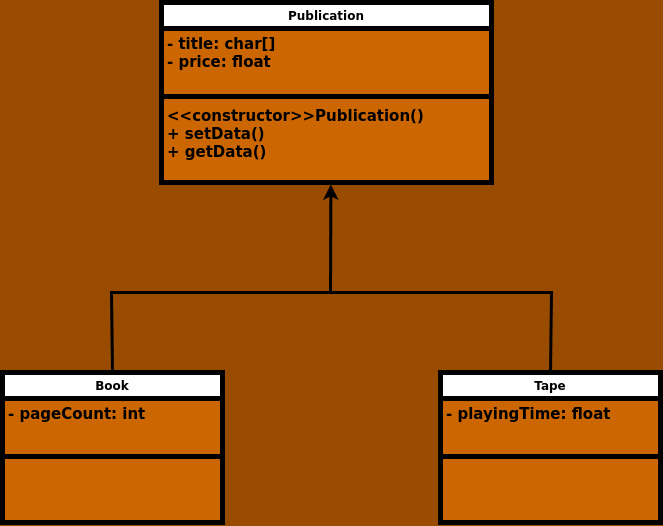
This is Book/Exercises/Chapter11/Ex01/class-diagram.png from Alsayed-Aldkhakhni/CPP, a draw.io export, as it was before one commit. Source tidied: cells renumbered, new cells last; positions are measured from the earlier drawing's top-left corner, leaving out a move shared by most shapes. The source it was exported from:
```xml
<mxGraphModel background="#994C00">
  <root>
    <mxCell id="0" />
    <mxCell id="1" parent="0" />
    <mxCell id="2" value="Publication" style="swimlane;fontStyle=1;align=center;verticalAlign=top;horizontal=1;startSize=26;whiteSpace=wrap;html=1;strokeWidth=5;swimlaneFillColor=#CC6600;" parent="1" vertex="1">
      <mxGeometry x="159" width="330" height="180" as="geometry" />
    </mxCell>
    <mxCell id="3" value="&lt;span style=&quot;font-size: 15px;&quot;&gt;&lt;b&gt;- title: char[]&lt;/b&gt;&lt;/span&gt;&lt;div&gt;&lt;span style=&quot;font-size: 15px;&quot;&gt;&lt;b&gt;- price: float&lt;/b&gt;&lt;/span&gt;&lt;/div&gt;" style="text;strokeColor=none;fillColor=none;align=left;verticalAlign=top;spacingLeft=4;spacingRight=4;overflow=hidden;whiteSpace=wrap;html=1;" parent="2" vertex="1">
      <mxGeometry y="26" width="330" height="64" as="geometry" />
    </mxCell>
    <mxCell id="4" style="line;strokeWidth=5;fillColor=none;align=left;verticalAlign=middle;spacingTop=-1;spacingLeft=3;spacingRight=3;labelPosition=right;strokeColor=inherit;" parent="2" vertex="1">
      <mxGeometry y="90" width="330" height="8" as="geometry" />
    </mxCell>
    <mxCell id="5" value="&lt;div style=&quot;font-size: 15px;&quot;&gt;&lt;div&gt;&lt;b&gt;&amp;lt;&amp;lt;constructor&amp;gt;&amp;gt;Publication()&lt;/b&gt;&lt;/div&gt;&lt;div&gt;&lt;b&gt;+ setData()&lt;/b&gt;&lt;/div&gt;&lt;div&gt;&lt;b&gt;+ getData()&lt;/b&gt;&lt;/div&gt;&lt;/div&gt;" style="text;strokeColor=none;fillColor=none;align=left;verticalAlign=top;spacingLeft=4;spacingRight=4;overflow=hidden;whiteSpace=wrap;html=1;" parent="2" vertex="1">
      <mxGeometry y="98" width="330" height="82" as="geometry" />
    </mxCell>
    <mxCell id="6" value="Book" style="swimlane;fontStyle=1;align=center;verticalAlign=top;horizontal=1;startSize=26;whiteSpace=wrap;html=1;strokeWidth=5;swimlaneFillColor=#CC6600;" parent="1" vertex="1">
      <mxGeometry y="370" width="220" height="150" as="geometry" />
    </mxCell>
    <mxCell id="7" value="&lt;span style=&quot;font-size: 15px;&quot;&gt;&lt;b&gt;- pageCount: int&lt;/b&gt;&lt;/span&gt;" style="text;strokeColor=none;fillColor=none;align=left;verticalAlign=top;spacingLeft=4;spacingRight=4;overflow=hidden;whiteSpace=wrap;html=1;" parent="6" vertex="1">
      <mxGeometry y="26" width="220" height="54" as="geometry" />
    </mxCell>
    <mxCell id="8" style="line;strokeWidth=5;fillColor=none;align=left;verticalAlign=middle;spacingTop=-1;spacingLeft=3;spacingRight=3;labelPosition=right;strokeColor=inherit;" parent="6" vertex="1">
      <mxGeometry y="80" width="220" height="8" as="geometry" />
    </mxCell>
    <mxCell id="9" value="&lt;div style=&quot;font-size: 15px;&quot;&gt;&lt;div&gt;&lt;b&gt;&amp;nbsp;&lt;/b&gt;&lt;/div&gt;&lt;/div&gt;" style="text;strokeColor=none;fillColor=none;align=left;verticalAlign=top;spacingLeft=4;spacingRight=4;overflow=hidden;whiteSpace=wrap;html=1;" parent="6" vertex="1">
      <mxGeometry y="88" width="220" height="62" as="geometry" />
    </mxCell>
    <mxCell id="10" value="Tape" style="swimlane;fontStyle=1;align=center;verticalAlign=top;horizontal=1;startSize=26;whiteSpace=wrap;html=1;strokeWidth=5;swimlaneFillColor=#CC6600;" parent="1" vertex="1">
      <mxGeometry x="438" y="370" width="220" height="150" as="geometry" />
    </mxCell>
    <mxCell id="11" value="&lt;span style=&quot;font-size: 15px;&quot;&gt;&lt;b&gt;- playingTime: float&lt;/b&gt;&lt;/span&gt;" style="text;strokeColor=none;fillColor=none;align=left;verticalAlign=top;spacingLeft=4;spacingRight=4;overflow=hidden;whiteSpace=wrap;html=1;" parent="10" vertex="1">
      <mxGeometry y="26" width="220" height="54" as="geometry" />
    </mxCell>
    <mxCell id="12" style="line;strokeWidth=5;fillColor=none;align=left;verticalAlign=middle;spacingTop=-1;spacingLeft=3;spacingRight=3;labelPosition=right;strokeColor=inherit;" parent="10" vertex="1">
      <mxGeometry y="80" width="220" height="8" as="geometry" />
    </mxCell>
    <mxCell id="13" value="&lt;div style=&quot;font-size: 15px;&quot;&gt;&lt;div&gt;&lt;b&gt;&amp;nbsp;&lt;/b&gt;&lt;/div&gt;&lt;/div&gt;" style="text;strokeColor=none;fillColor=none;align=left;verticalAlign=top;spacingLeft=4;spacingRight=4;overflow=hidden;whiteSpace=wrap;html=1;" parent="10" vertex="1">
      <mxGeometry y="88" width="220" height="62" as="geometry" />
    </mxCell>
    <mxCell id="14" style="endArrow=classic;html=1;rounded=0;entryX=0.479;entryY=0.99;entryDx=0;entryDy=0;entryPerimeter=0;strokeWidth=3;" parent="1" edge="1">
      <mxGeometry relative="1" as="geometry">
        <mxPoint x="328" y="290" as="sourcePoint" />
        <mxPoint x="328.4" y="181.9" as="targetPoint" />
      </mxGeometry>
    </mxCell>
    <mxCell id="15" style="endArrow=none;html=1;rounded=0;strokeWidth=3;entryX=0.5;entryY=0;entryDx=0;entryDy=0;exitX=0.5;exitY=0;exitDx=0;exitDy=0;" parent="1" edge="1" source="6" target="10">
      <mxGeometry relative="1" as="geometry">
        <Array as="points">
          <mxPoint x="109" y="290" />
          <mxPoint x="549" y="290" />
        </Array>
      </mxGeometry>
    </mxCell>
  </root>
</mxGraphModel>
```
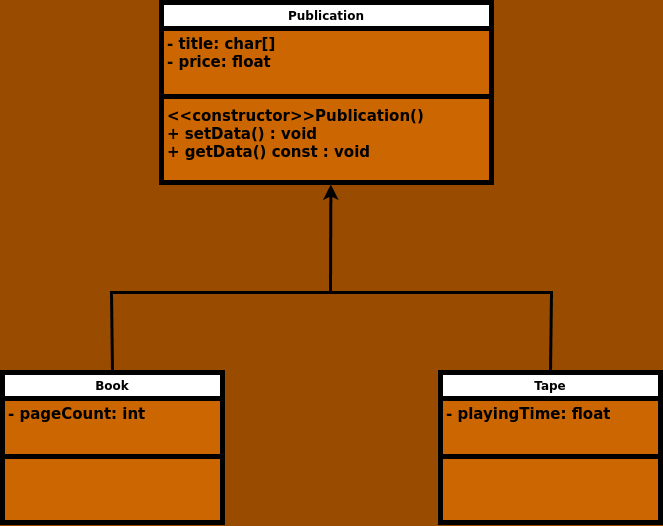
Above is the later version.

Commit message:
UML class diagram.

Change to the diagram source:
```diff
@@ -11,7 +11,7 @@
     <mxCell id="4" style="line;strokeWidth=5;fillColor=none;align=left;verticalAlign=middle;spacingTop=-1;spacingLeft=3;spacingRight=3;labelPosition=right;strokeColor=inherit;" parent="2" vertex="1">
       <mxGeometry y="90" width="330" height="8" as="geometry" />
     </mxCell>
-    <mxCell id="5" value="&lt;div style=&quot;font-size: 15px;&quot;&gt;&lt;div&gt;&lt;b&gt;&amp;lt;&amp;lt;constructor&amp;gt;&amp;gt;Publication()&lt;/b&gt;&lt;/div&gt;&lt;div&gt;&lt;b&gt;+ setData()&lt;/b&gt;&lt;/div&gt;&lt;div&gt;&lt;b&gt;+ getData()&lt;/b&gt;&lt;/div&gt;&lt;/div&gt;" style="text;strokeColor=none;fillColor=none;align=left;verticalAlign=top;spacingLeft=4;spacingRight=4;overflow=hidden;whiteSpace=wrap;html=1;" parent="2" vertex="1">
+    <mxCell id="5" value="&lt;div style=&quot;font-size: 15px;&quot;&gt;&lt;div&gt;&lt;b&gt;&amp;lt;&amp;lt;constructor&amp;gt;&amp;gt;Publication()&lt;/b&gt;&lt;/div&gt;&lt;div&gt;&lt;b&gt;+ setData() : void&lt;/b&gt;&lt;/div&gt;&lt;div&gt;&lt;b&gt;+ getData() const : void&lt;/b&gt;&lt;/div&gt;&lt;/div&gt;" style="text;strokeColor=none;fillColor=none;align=left;verticalAlign=top;spacingLeft=4;spacingRight=4;overflow=hidden;whiteSpace=wrap;html=1;" parent="2" vertex="1">
       <mxGeometry y="98" width="330" height="82" as="geometry" />
     </mxCell>
     <mxCell id="6" value="Book" style="swimlane;fontStyle=1;align=center;verticalAlign=top;horizontal=1;startSize=26;whiteSpace=wrap;html=1;strokeWidth=5;swimlaneFillColor=#CC6600;" parent="1" vertex="1">
```
